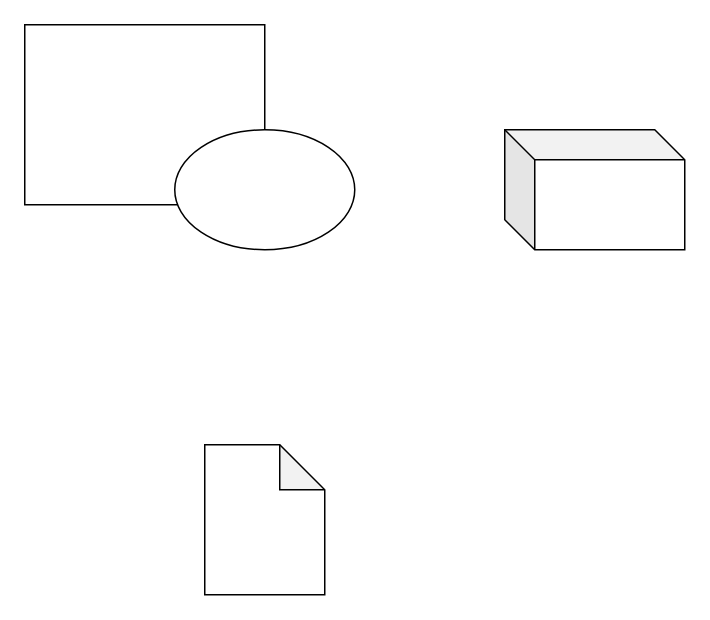
Above: Test.drawio in GusFiuza/HTML-Examples (draw.io), before the change. Source tidied: cells renumbered, new cells numbered last; positions are measured from the earlier drawing's top-left corner, leaving out a move shared by most shapes. Both pictures are drawn from the tidied source at 150%, with x=0, y=0 at pixel (24, 24).
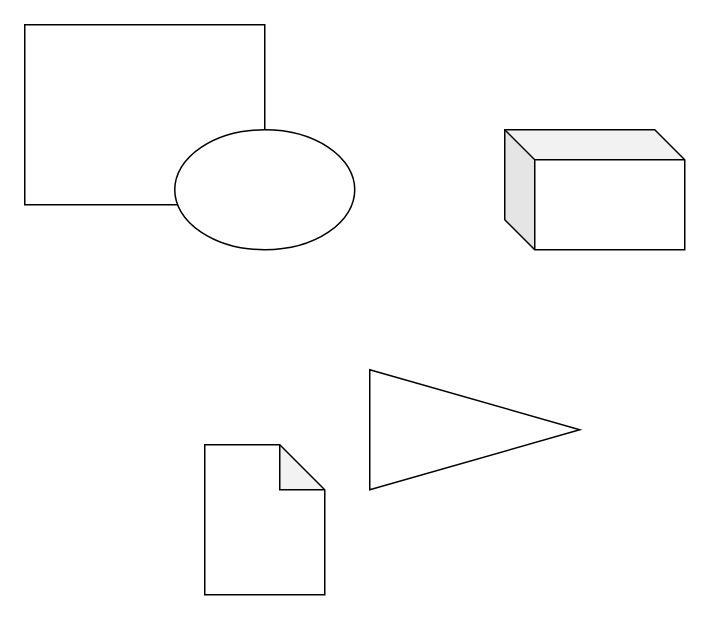
The same diagram, later.

The edit, as a diff of the source:
```diff
@@
 <mxGraphModel>
   <root>
     <mxCell id="0" />
     <mxCell id="1" parent="0" />
     <mxCell id="2" style="rounded=0;whiteSpace=wrap;html=1;" parent="1" vertex="1">
       <mxGeometry width="160" height="120" as="geometry" />
     </mxCell>
     <mxCell id="3" style="ellipse;whiteSpace=wrap;html=1;" parent="1" vertex="1">
       <mxGeometry x="100" y="70" width="120" height="80" as="geometry" />
     </mxCell>
     <mxCell id="4" style="shape=cube;whiteSpace=wrap;html=1;boundedLbl=1;backgroundOutline=1;darkOpacity=0.05;darkOpacity2=0.1;" parent="1" vertex="1">
       <mxGeometry x="320" y="70" width="120" height="80" as="geometry" />
     </mxCell>
+    <mxCell id="6" style="triangle;whiteSpace=wrap;html=1;" parent="1" vertex="1">
+      <mxGeometry x="230" y="230" width="140" height="80" as="geometry" />
+    </mxCell>
     <mxCell id="5" style="shape=note;whiteSpace=wrap;html=1;backgroundOutline=1;darkOpacity=0.05;" parent="1" vertex="1">
       <mxGeometry x="120" y="280" width="80" height="100" as="geometry" />
     </mxCell>
   </root>
 </mxGraphModel>
```
